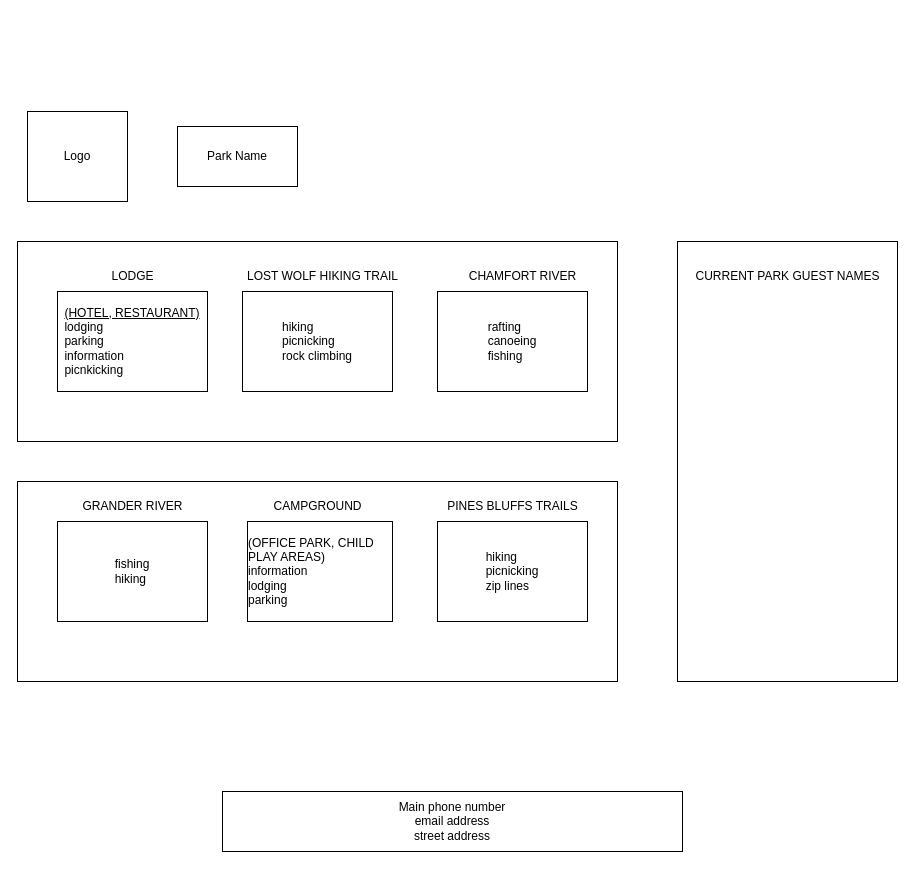
NSS-Day-Cohort-64/CiderFalls-CF-KL-LW keeps this draw.io diagram as wireframe.drawio. Above is the earlier version. Source tidied: cells renumbered, new cells numbered last; positions are measured from the earlier drawing's top-left corner, leaving out a move shared by most shapes. Both pictures are drawn from the tidied source at 100%, with x=0, y=0 at pixel (17, 111).
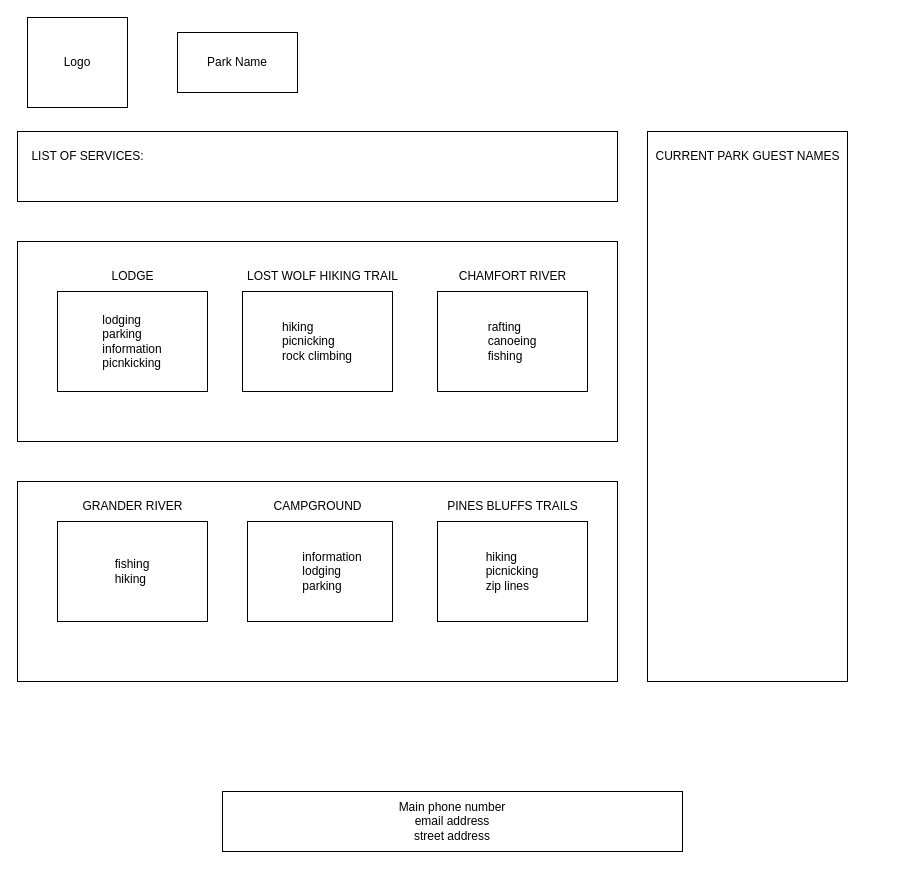
Above is the later version.

Commit message (it also covers changes not shown here):
added empty modules and modified wireframe

Diff of the diagram source:
```diff
@@
     <mxCell id="2" value="Logo" style="whiteSpace=wrap;html=1;" parent="1" vertex="1">
-      <mxGeometry x="10" width="100" height="90" as="geometry" />
+      <mxGeometry x="10" y="-94" width="100" height="90" as="geometry" />
     </mxCell>
     <mxCell id="3" value="Park Name" style="whiteSpace=wrap;html=1;" parent="1" vertex="1">
-      <mxGeometry x="160" y="15" width="120" height="60" as="geometry" />
+      <mxGeometry x="160" y="-79" width="120" height="60" as="geometry" />
     </mxCell>
@@
-    <mxCell id="6" value="&lt;div style=&quot;text-align: left;&quot;&gt;&lt;u&gt;(HOTEL, RESTAURANT)&lt;/u&gt;&lt;/div&gt;&lt;div style=&quot;text-align: left;&quot;&gt;lodging&lt;/div&gt;&lt;div style=&quot;text-align: left;&quot;&gt;parking&lt;/div&gt;&lt;div style=&quot;text-align: left;&quot;&gt;information&lt;/div&gt;&lt;div style=&quot;text-align: left;&quot;&gt;picnkicking&lt;/div&gt;" style="whiteSpace=wrap;html=1;" parent="1" vertex="1">
+    <mxCell id="6" value="&lt;div style=&quot;text-align: left;&quot;&gt;&lt;span style=&quot;background-color: initial;&quot;&gt;lodging&lt;/span&gt;&lt;br&gt;&lt;/div&gt;&lt;div style=&quot;text-align: left;&quot;&gt;parking&lt;/div&gt;&lt;div style=&quot;text-align: left;&quot;&gt;information&lt;/div&gt;&lt;div style=&quot;text-align: left;&quot;&gt;picnkicking&lt;/div&gt;" style="whiteSpace=wrap;html=1;" parent="1" vertex="1">
       <mxGeometry x="40" y="180" width="150" height="100" as="geometry" />
     </mxCell>
@@
     <mxCell id="13" value="CHAMFORT RIVER" style="text;html=1;align=center;verticalAlign=middle;strokeColor=none;fillColor=none;" parent="1" vertex="1">
-      <mxGeometry x="440" y="150" width="130" height="30" as="geometry" />
+      <mxGeometry x="430" y="150" width="130" height="30" as="geometry" />
     </mxCell>
@@
-    <mxCell id="18" value="&lt;div style=&quot;text-align: left;&quot;&gt;(OFFICE PARK, CHILD PLAY AREAS)&lt;/div&gt;&lt;div style=&quot;text-align: left;&quot;&gt;information&lt;/div&gt;&lt;div style=&quot;text-align: left;&quot;&gt;lodging&lt;/div&gt;&lt;div style=&quot;text-align: left;&quot;&gt;parking&lt;/div&gt;" style="whiteSpace=wrap;html=1;" parent="1" vertex="1">
+    <mxCell id="18" value="&lt;div style=&quot;&quot;&gt;&lt;span style=&quot;background-color: initial;&quot;&gt;&lt;span style=&quot;white-space: pre;&quot;&gt;&#9;&lt;/span&gt;&lt;span style=&quot;white-space: pre;&quot;&gt;&#9;&lt;/span&gt;information&lt;/span&gt;&lt;br&gt;&lt;/div&gt;&lt;div style=&quot;&quot;&gt;&lt;span style=&quot;white-space: pre;&quot;&gt;&#9;&lt;/span&gt;&lt;span style=&quot;white-space: pre;&quot;&gt;&#9;&lt;/span&gt;lodging&lt;/div&gt;&lt;div style=&quot;&quot;&gt;&lt;span style=&quot;white-space: pre;&quot;&gt;&#9;&lt;/span&gt;&lt;span style=&quot;white-space: pre;&quot;&gt;&#9;&lt;/span&gt;parking&lt;/div&gt;" style="whiteSpace=wrap;html=1;align=left;" parent="1" vertex="1">
       <mxGeometry x="230" y="410" width="145" height="100" as="geometry" />
     </mxCell>
     <mxCell id="19" style="whiteSpace=wrap;html=1;" parent="1" vertex="1">
-      <mxGeometry x="660" y="130" width="220" height="440" as="geometry" />
+      <mxGeometry x="630" y="20" width="200" height="550" as="geometry" />
     </mxCell>
     <mxCell id="20" value="CURRENT PARK GUEST NAMES" style="text;html=1;align=center;verticalAlign=middle;strokeColor=none;fillColor=none;" parent="1" vertex="1">
-      <mxGeometry x="665" y="150" width="210" height="30" as="geometry" />
+      <mxGeometry x="625" y="30" width="210" height="30" as="geometry" />
     </mxCell>
+    <mxCell id="21" style="whiteSpace=wrap;html=1;" parent="1" vertex="1">
+      <mxGeometry y="20" width="600" height="70" as="geometry" />
+    </mxCell>
+    <mxCell id="22" value="LIST OF SERVICES:" style="text;html=1;align=center;verticalAlign=middle;strokeColor=none;fillColor=none;" parent="1" vertex="1">
+      <mxGeometry y="30" width="140" height="30" as="geometry" />
+    </mxCell>
```
